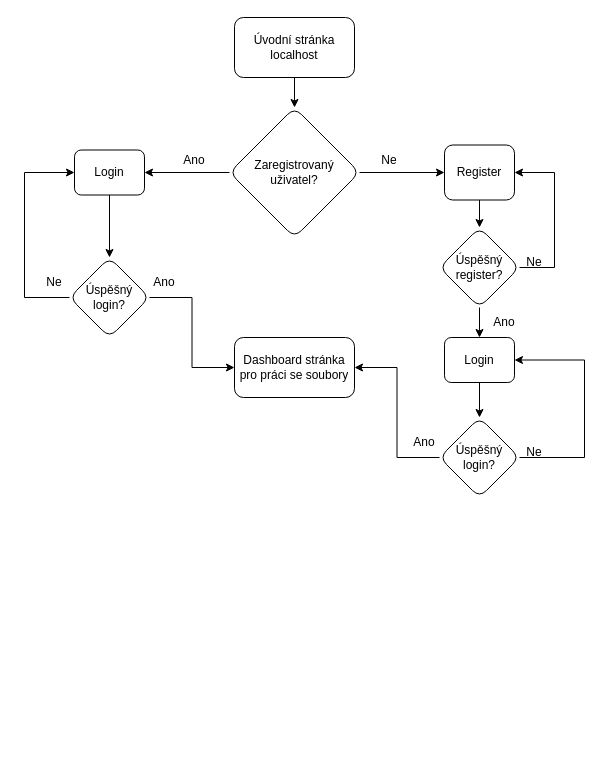
This is Diagram bez názvu.drawio from OndraFoltyn/PDA, a draw.io file, before an edit. Source tidied: cells renumbered, new cells numbered last; positions are measured from the earlier drawing's top-left corner, leaving out a move shared by most shapes. Both pictures are drawn from the tidied source at 100%, with x=0, y=0 at pixel (24, 17).
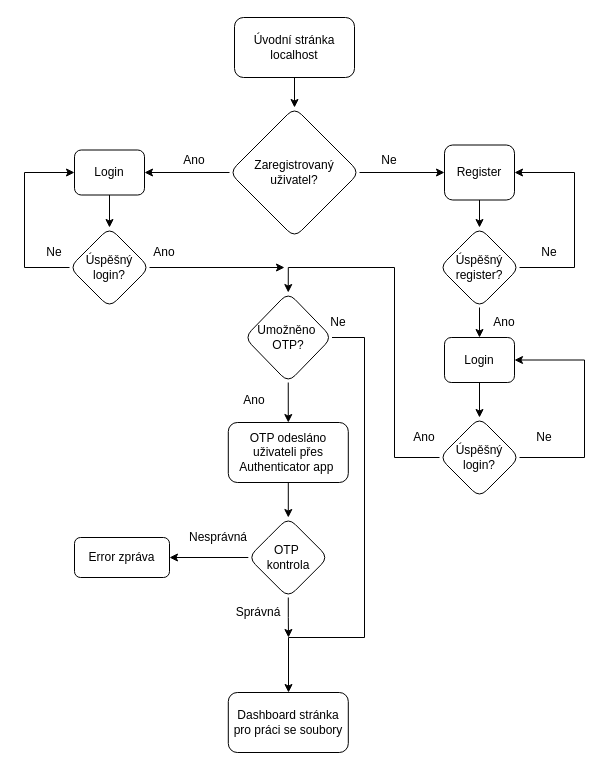
After the change.

The change refers to these unchanged cells:
```xml
<mxCell id="8" value="Login" style="whiteSpace=wrap;html=1;rounded=1;" parent="1" vertex="1">
  <mxGeometry x="50" y="132.5" width="70" height="45" as="geometry" />
</mxCell>
<mxCell id="10" value="Register" style="whiteSpace=wrap;html=1;rounded=1;" parent="1" vertex="1">
  <mxGeometry x="420" y="127.5" width="70" height="55" as="geometry" />
</mxCell>
<mxCell id="18" value="Úspěšný register?" style="rhombus;whiteSpace=wrap;html=1;rounded=1;" parent="1" vertex="1">
  <mxGeometry x="415" y="210" width="80" height="80" as="geometry" />
</mxCell>
<mxCell id="24" value="Login" style="whiteSpace=wrap;html=1;rounded=1;" parent="1" vertex="1">
  <mxGeometry x="420" y="320" width="70" height="45" as="geometry" />
</mxCell>
<mxCell id="27" value="Úspěšný login?" style="rhombus;whiteSpace=wrap;html=1;rounded=1;" parent="1" vertex="1">
  <mxGeometry x="415" y="400" width="80" height="80" as="geometry" />
</mxCell>
```

Change to the diagram source:
```diff
@@
     <mxCell id="13" style="edgeStyle=orthogonalEdgeStyle;rounded=0;jettySize=auto;html=1;exitX=0;exitY=0.5;exitDx=0;exitDy=0;entryX=0;entryY=0.5;entryDx=0;entryDy=0;" parent="1" edge="1" source="15" target="8">
       <mxGeometry relative="1" as="geometry">
         <Array as="points">
-          <mxPoint y="280" />
+          <mxPoint y="250" />
           <mxPoint y="155" />
         </Array>
       </mxGeometry>
     </mxCell>
-    <mxCell id="14" style="edgeStyle=orthogonalEdgeStyle;rounded=0;jettySize=auto;html=1;" parent="1" edge="1" source="15" target="20">
-      <mxGeometry relative="1" as="geometry" />
-    </mxCell>
+    <mxCell id="31" style="edgeStyle=orthogonalEdgeStyle;rounded=0;jettySize=auto;html=1;exitX=1;exitY=0.5;exitDx=0;exitDy=0;" parent="1" edge="1" source="15">
+      <mxGeometry relative="1" as="geometry">
+        <mxPoint x="260" y="250" as="targetPoint" />
+      </mxGeometry>
+    </mxCell>
     <mxCell id="15" value="Úspěšný login?" style="rhombus;whiteSpace=wrap;html=1;rounded=1;" parent="1" vertex="1">
-      <mxGeometry x="45" y="240" width="80" height="80" as="geometry" />
+      <mxGeometry x="45" y="210" width="80" height="80" as="geometry" />
     </mxCell>
     <mxCell id="16" style="edgeStyle=orthogonalEdgeStyle;rounded=0;jettySize=auto;html=1;exitX=1;exitY=0.5;exitDx=0;exitDy=0;entryX=1;entryY=0.5;entryDx=0;entryDy=0;" parent="1" edge="1" source="18" target="10">
       <mxGeometry relative="1" as="geometry">
         <Array as="points">
-          <mxPoint x="530" y="250" />
-          <mxPoint x="530" y="155" />
+          <mxPoint x="550" y="250" />
+          <mxPoint x="550" y="155" />
         </Array>
       </mxGeometry>
     </mxCell>
@@
     <mxCell id="19" value="Ne" style="text;html=1;align=center;verticalAlign=middle;whiteSpace=wrap;rounded=0;" parent="1" vertex="1">
-      <mxGeometry y="250" width="60" height="30" as="geometry" />
+      <mxGeometry y="220" width="60" height="30" as="geometry" />
     </mxCell>
     <mxCell id="20" value="Dashboard stránka pro práci se soubory" style="whiteSpace=wrap;html=1;rounded=1;" parent="1" vertex="1">
-      <mxGeometry x="210" y="320" width="120" height="60" as="geometry" />
+      <mxGeometry x="203.8" y="675" width="120" height="60" as="geometry" />
     </mxCell>
     <mxCell id="21" value="Ano" style="text;html=1;align=center;verticalAlign=middle;whiteSpace=wrap;rounded=0;" parent="1" vertex="1">
-      <mxGeometry x="110" y="250" width="60" height="30" as="geometry" />
+      <mxGeometry x="110" y="220" width="60" height="30" as="geometry" />
     </mxCell>
     <mxCell id="22" value="Ne" style="text;html=1;align=center;verticalAlign=middle;whiteSpace=wrap;rounded=0;" parent="1" vertex="1">
-      <mxGeometry x="480" y="230" width="60" height="30" as="geometry" />
+      <mxGeometry x="495" y="220" width="60" height="30" as="geometry" />
     </mxCell>
@@
     <mxCell id="25" style="edgeStyle=orthogonalEdgeStyle;rounded=0;jettySize=auto;html=1;exitX=1;exitY=0.5;exitDx=0;exitDy=0;entryX=1;entryY=0.5;entryDx=0;entryDy=0;" parent="1" edge="1" source="27" target="24">
       <mxGeometry relative="1" as="geometry">
         <Array as="points">
           <mxPoint x="560" y="440" />
           <mxPoint x="560" y="343" />
-          <mxPoint x="490" y="343" />
         </Array>
       </mxGeometry>
     </mxCell>
-    <mxCell id="26" style="edgeStyle=orthogonalEdgeStyle;rounded=0;jettySize=auto;html=1;exitX=0;exitY=0.5;exitDx=0;exitDy=0;entryX=1;entryY=0.5;entryDx=0;entryDy=0;" parent="1" edge="1" source="27" target="20">
-      <mxGeometry relative="1" as="geometry" />
-    </mxCell>
+    <mxCell id="32" style="edgeStyle=orthogonalEdgeStyle;rounded=0;jettySize=auto;html=1;exitX=0;exitY=0.5;exitDx=0;exitDy=0;entryX=0.5;entryY=0;entryDx=0;entryDy=0;" parent="1" edge="1" source="27" target="35">
+      <mxGeometry relative="1" as="geometry">
+        <Array as="points">
+          <mxPoint x="370" y="440" />
+          <mxPoint x="370" y="250" />
+          <mxPoint x="264" y="250" />
+        </Array>
+      </mxGeometry>
+    </mxCell>
@@
     <mxCell id="28" value="Ne" style="text;html=1;align=center;verticalAlign=middle;whiteSpace=wrap;rounded=0;" parent="1" vertex="1">
-      <mxGeometry x="480" y="420" width="60" height="30" as="geometry" />
+      <mxGeometry x="490" y="405" width="60" height="30" as="geometry" />
     </mxCell>
     <mxCell id="29" value="Ano" style="text;html=1;align=center;verticalAlign=middle;whiteSpace=wrap;rounded=0;" parent="1" vertex="1">
-      <mxGeometry x="370" y="410" width="60" height="30" as="geometry" />
+      <mxGeometry x="370" y="405" width="60" height="30" as="geometry" />
     </mxCell>
@@
+    <mxCell id="33" style="edgeStyle=orthogonalEdgeStyle;rounded=0;jettySize=auto;html=1;exitX=1;exitY=0.5;exitDx=0;exitDy=0;" parent="1" edge="1" source="35" target="20">
+      <mxGeometry relative="1" as="geometry">
+        <Array as="points">
+          <mxPoint x="340" y="320" />
+          <mxPoint x="340" y="620" />
+          <mxPoint x="264" y="620" />
+        </Array>
+      </mxGeometry>
+    </mxCell>
+    <mxCell id="34" style="edgeStyle=orthogonalEdgeStyle;rounded=0;jettySize=auto;html=1;exitX=0.5;exitY=1;exitDx=0;exitDy=0;entryX=0.5;entryY=0;entryDx=0;entryDy=0;" parent="1" edge="1" source="35" target="45">
+      <mxGeometry relative="1" as="geometry" />
+    </mxCell>
+    <mxCell id="35" value="Umožněno&amp;nbsp;&lt;div&gt;OTP?&lt;/div&gt;" style="rhombus;whiteSpace=wrap;html=1;rounded=1;" parent="1" vertex="1">
+      <mxGeometry x="220" y="275" width="87.5" height="90" as="geometry" />
+    </mxCell>
+    <mxCell id="36" value="Ne" style="text;html=1;align=center;verticalAlign=middle;whiteSpace=wrap;rounded=0;" parent="1" vertex="1">
+      <mxGeometry x="284" y="290" width="60" height="30" as="geometry" />
+    </mxCell>
+    <mxCell id="37" style="edgeStyle=orthogonalEdgeStyle;rounded=0;jettySize=auto;html=1;exitX=0;exitY=0.5;exitDx=0;exitDy=0;entryX=1;entryY=0.5;entryDx=0;entryDy=0;" parent="1" edge="1" source="39" target="40">
+      <mxGeometry relative="1" as="geometry" />
+    </mxCell>
+    <mxCell id="38" style="edgeStyle=orthogonalEdgeStyle;rounded=0;jettySize=auto;html=1;exitX=0.5;exitY=1;exitDx=0;exitDy=0;" parent="1" edge="1" source="39">
+      <mxGeometry relative="1" as="geometry">
+        <mxPoint x="264" y="620" as="targetPoint" />
+      </mxGeometry>
+    </mxCell>
+    <mxCell id="39" value="OTP&amp;nbsp;&lt;div&gt;kontrola&lt;/div&gt;" style="rhombus;whiteSpace=wrap;html=1;rounded=1;" parent="1" vertex="1">
+      <mxGeometry x="223.8" y="500" width="80" height="80" as="geometry" />
+    </mxCell>
+    <mxCell id="40" value="Error zpráva" style="whiteSpace=wrap;html=1;rounded=1;" parent="1" vertex="1">
+      <mxGeometry x="50" y="520" width="95" height="40" as="geometry" />
+    </mxCell>
+    <mxCell id="41" value="Nesprávná" style="text;html=1;align=center;verticalAlign=middle;whiteSpace=wrap;rounded=0;" parent="1" vertex="1">
+      <mxGeometry x="163.8" y="505" width="60" height="30" as="geometry" />
+    </mxCell>
+    <mxCell id="42" value="Správná" style="text;html=1;align=center;verticalAlign=middle;whiteSpace=wrap;rounded=0;" parent="1" vertex="1">
+      <mxGeometry x="203.8" y="580" width="60" height="30" as="geometry" />
+    </mxCell>
+    <mxCell id="43" value="Ano" style="text;html=1;align=center;verticalAlign=middle;whiteSpace=wrap;rounded=0;" parent="1" vertex="1">
+      <mxGeometry x="200" y="367.5" width="60" height="30" as="geometry" />
+    </mxCell>
+    <mxCell id="44" style="edgeStyle=orthogonalEdgeStyle;rounded=0;jettySize=auto;html=1;exitX=0.5;exitY=1;exitDx=0;exitDy=0;entryX=0.5;entryY=0;entryDx=0;entryDy=0;" parent="1" edge="1" source="45" target="39">
+      <mxGeometry relative="1" as="geometry" />
+    </mxCell>
+    <mxCell id="45" value="OTP odesláno uživateli přes Authenticator app&amp;nbsp;" style="rounded=1;whiteSpace=wrap;html=1;" parent="1" vertex="1">
+      <mxGeometry x="203.8" y="405" width="120" height="60" as="geometry" />
+    </mxCell>
```
